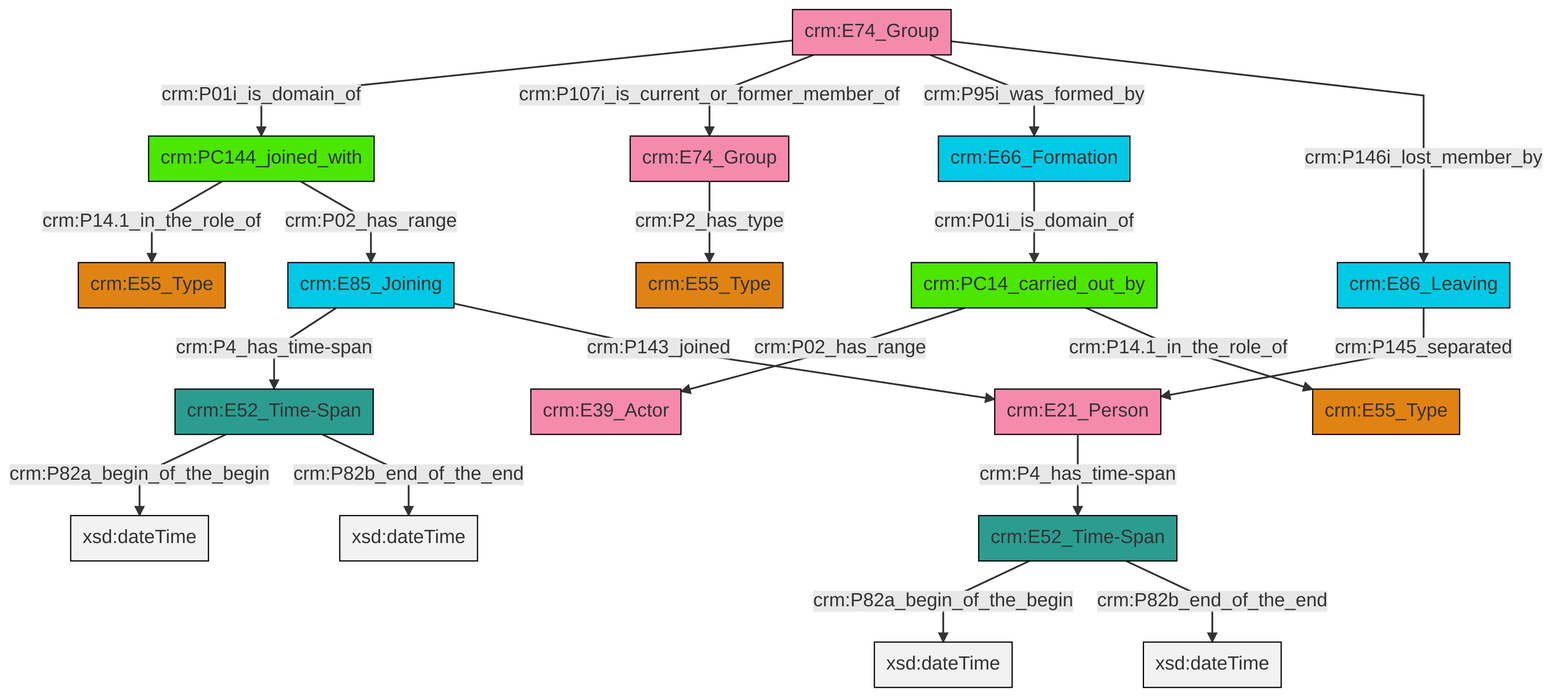
This is et/groupCSV/ttl/mmd/png/group_actor_relations.png from swiss-art-research-net/reference-data-models, a Mermaid export, as it was before one commit. Its source is kept beside it as et/groupCSV/ttl/mmd/group_actor_relations.ttl.mmd. Its diagram source:
```mermaid
graph TD
classDef Literal fill:#f2f2f2,stroke:#000000;
classDef CRM_Entity fill:#FFFFFF,stroke:#000000;
classDef Temporal_Entity fill:#00C9E6, stroke:#000000;
classDef Type fill:#E18312, stroke:#000000;
classDef Time-Span fill:#2C9C91, stroke:#000000;
classDef Appellation fill:#FFEB7F, stroke:#000000;
classDef Place fill:#008836, stroke:#000000;
classDef Persistent_Item fill:#B266B2, stroke:#000000;
classDef Conceptual_Object fill:#FFD700, stroke:#000000;
classDef Physical_Thing fill:#D2B48C, stroke:#000000;
classDef Actor fill:#f58aad, stroke:#000000;
classDef PC_Classes fill:#4ce600, stroke:#000000;
classDef Multi fill:#cccccc,stroke:#000000;

2["crm:E86_Leaving"]:::Temporal_Entity -->|crm:P145_separated| 3["crm:E21_Person"]:::Actor
4["crm:E74_Group"]:::Actor -->|crm:P2_has_type| 5["crm:E55_Type"]:::Type
6["crm:E85_Joining"]:::Temporal_Entity -->|crm:P4_has_time-span| 7["crm:E52_Time-Span"]:::Time-Span
7["crm:E52_Time-Span"]:::Time-Span -->|crm:P82a_begin_of_the_begin| 9[xsd:dateTime]:::Literal
10["crm:E74_Group"]:::Actor -->|crm:P01i_is_domain_of| 11["crm:PC144_joined_with"]:::PC_Classes
10["crm:E74_Group"]:::Actor -->|crm:P107i_is_current_or_former_member_of| 4["crm:E74_Group"]:::Actor
11["crm:PC144_joined_with"]:::PC_Classes -->|crm:P14.1_in_the_role_of| 14["crm:E55_Type"]:::Type
6["crm:E85_Joining"]:::Temporal_Entity -->|crm:P143_joined| 3["crm:E21_Person"]:::Actor
11["crm:PC144_joined_with"]:::PC_Classes -->|crm:P02_has_range| 6["crm:E85_Joining"]:::Temporal_Entity
7["crm:E52_Time-Span"]:::Time-Span -->|crm:P82b_end_of_the_end| 19[xsd:dateTime]:::Literal
22["crm:E66_Formation"]:::Temporal_Entity -->|crm:P01i_is_domain_of| 16["crm:PC14_carried_out_by"]:::PC_Classes
10["crm:E74_Group"]:::Actor -->|crm:P95i_was_formed_by| 22["crm:E66_Formation"]:::Temporal_Entity
3["crm:E21_Person"]:::Actor -->|crm:P4_has_time-span| 23["crm:E52_Time-Span"]:::Time-Span
16["crm:PC14_carried_out_by"]:::PC_Classes -->|crm:P02_has_range| 27["crm:E39_Actor"]:::Actor
23["crm:E52_Time-Span"]:::Time-Span -->|crm:P82a_begin_of_the_begin| 30[xsd:dateTime]:::Literal
23["crm:E52_Time-Span"]:::Time-Span -->|crm:P82b_end_of_the_end| 32[xsd:dateTime]:::Literal
10["crm:E74_Group"]:::Actor -->|crm:P146i_lost_member_by| 2["crm:E86_Leaving"]:::Temporal_Entity
16["crm:PC14_carried_out_by"]:::PC_Classes -->|crm:P14.1_in_the_role_of| 0["crm:E55_Type"]:::Type
```
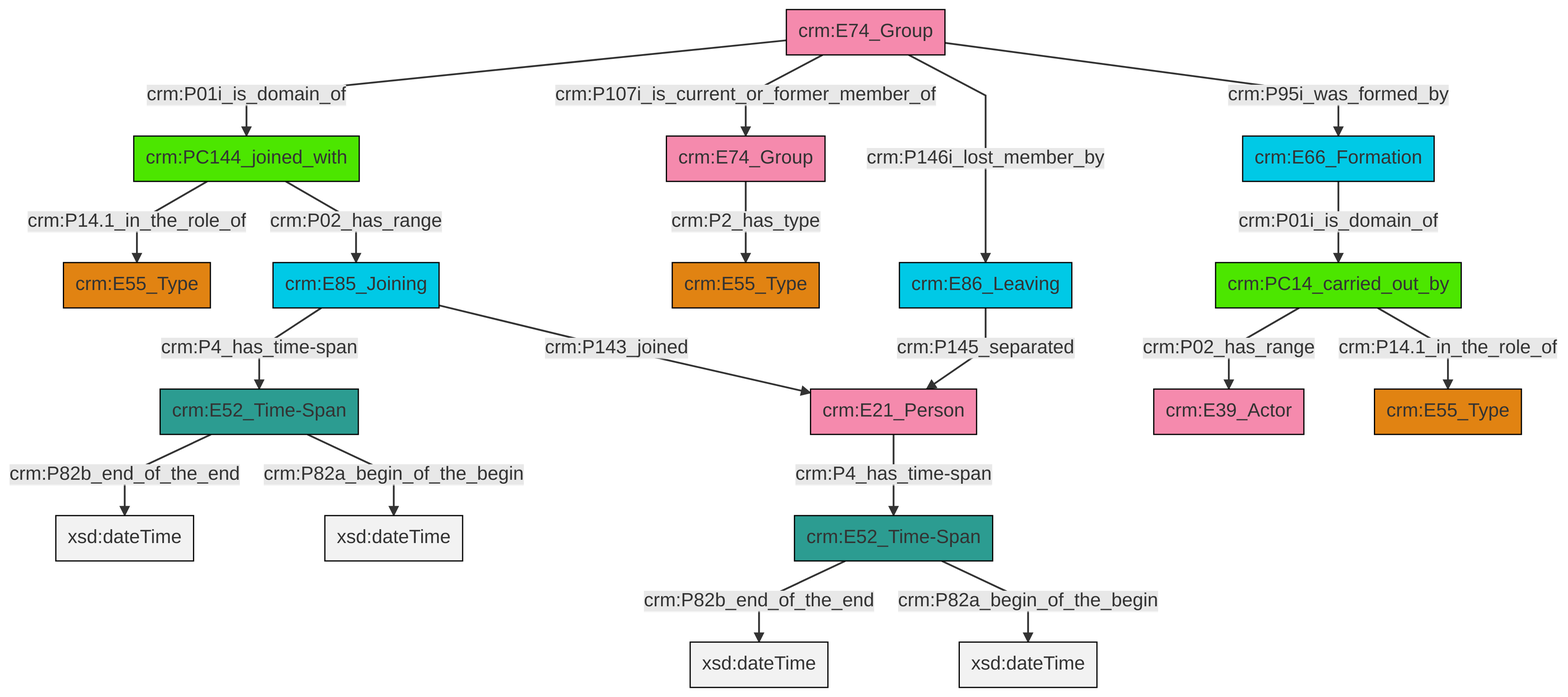
The same file after the commit.

What changed in the source:
```diff
@@ -13,21 +13,21 @@
 classDef PC_Classes fill:#4ce600, stroke:#000000;
 classDef Multi fill:#cccccc,stroke:#000000;
 
-2["crm:E86_Leaving"]:::Temporal_Entity -->|crm:P145_separated| 3["crm:E21_Person"]:::Actor
-4["crm:E74_Group"]:::Actor -->|crm:P2_has_type| 5["crm:E55_Type"]:::Type
-6["crm:E85_Joining"]:::Temporal_Entity -->|crm:P4_has_time-span| 7["crm:E52_Time-Span"]:::Time-Span
-7["crm:E52_Time-Span"]:::Time-Span -->|crm:P82a_begin_of_the_begin| 9[xsd:dateTime]:::Literal
-10["crm:E74_Group"]:::Actor -->|crm:P01i_is_domain_of| 11["crm:PC144_joined_with"]:::PC_Classes
-10["crm:E74_Group"]:::Actor -->|crm:P107i_is_current_or_former_member_of| 4["crm:E74_Group"]:::Actor
-11["crm:PC144_joined_with"]:::PC_Classes -->|crm:P14.1_in_the_role_of| 14["crm:E55_Type"]:::Type
-6["crm:E85_Joining"]:::Temporal_Entity -->|crm:P143_joined| 3["crm:E21_Person"]:::Actor
-11["crm:PC144_joined_with"]:::PC_Classes -->|crm:P02_has_range| 6["crm:E85_Joining"]:::Temporal_Entity
-7["crm:E52_Time-Span"]:::Time-Span -->|crm:P82b_end_of_the_end| 19[xsd:dateTime]:::Literal
-22["crm:E66_Formation"]:::Temporal_Entity -->|crm:P01i_is_domain_of| 16["crm:PC14_carried_out_by"]:::PC_Classes
-10["crm:E74_Group"]:::Actor -->|crm:P95i_was_formed_by| 22["crm:E66_Formation"]:::Temporal_Entity
-3["crm:E21_Person"]:::Actor -->|crm:P4_has_time-span| 23["crm:E52_Time-Span"]:::Time-Span
-16["crm:PC14_carried_out_by"]:::PC_Classes -->|crm:P02_has_range| 27["crm:E39_Actor"]:::Actor
-23["crm:E52_Time-Span"]:::Time-Span -->|crm:P82a_begin_of_the_begin| 30[xsd:dateTime]:::Literal
-23["crm:E52_Time-Span"]:::Time-Span -->|crm:P82b_end_of_the_end| 32[xsd:dateTime]:::Literal
-10["crm:E74_Group"]:::Actor -->|crm:P146i_lost_member_by| 2["crm:E86_Leaving"]:::Temporal_Entity
-16["crm:PC14_carried_out_by"]:::PC_Classes -->|crm:P14.1_in_the_role_of| 0["crm:E55_Type"]:::Type
+2["crm:E21_Person"]:::Actor -->|crm:P4_has_time-span| 4["crm:E52_Time-Span"]:::Time-Span
+5["crm:E74_Group"]:::Actor -->|crm:P01i_is_domain_of| 6["crm:PC144_joined_with"]:::PC_Classes
+9["crm:E85_Joining"]:::Temporal_Entity -->|crm:P4_has_time-span| 10["crm:E52_Time-Span"]:::Time-Span
+11["crm:PC14_carried_out_by"]:::PC_Classes -->|crm:P02_has_range| 12["crm:E39_Actor"]:::Actor
+10["crm:E52_Time-Span"]:::Time-Span -->|crm:P82b_end_of_the_end| 15[xsd:dateTime]:::Literal
+9["crm:E85_Joining"]:::Temporal_Entity -->|crm:P143_joined| 2["crm:E21_Person"]:::Actor
+18["crm:E74_Group"]:::Actor -->|crm:P2_has_type| 7["crm:E55_Type"]:::Type
+5["crm:E74_Group"]:::Actor -->|crm:P107i_is_current_or_former_member_of| 18["crm:E74_Group"]:::Actor
+6["crm:PC144_joined_with"]:::PC_Classes -->|crm:P14.1_in_the_role_of| 21["crm:E55_Type"]:::Type
+10["crm:E52_Time-Span"]:::Time-Span -->|crm:P82a_begin_of_the_begin| 26[xsd:dateTime]:::Literal
+5["crm:E74_Group"]:::Actor -->|crm:P146i_lost_member_by| 16["crm:E86_Leaving"]:::Temporal_Entity
+4["crm:E52_Time-Span"]:::Time-Span -->|crm:P82b_end_of_the_end| 29[xsd:dateTime]:::Literal
+11["crm:PC14_carried_out_by"]:::PC_Classes -->|crm:P14.1_in_the_role_of| 0["crm:E55_Type"]:::Type
+13["crm:E66_Formation"]:::Temporal_Entity -->|crm:P01i_is_domain_of| 11["crm:PC14_carried_out_by"]:::PC_Classes
+6["crm:PC144_joined_with"]:::PC_Classes -->|crm:P02_has_range| 9["crm:E85_Joining"]:::Temporal_Entity
+5["crm:E74_Group"]:::Actor -->|crm:P95i_was_formed_by| 13["crm:E66_Formation"]:::Temporal_Entity
+16["crm:E86_Leaving"]:::Temporal_Entity -->|crm:P145_separated| 2["crm:E21_Person"]:::Actor
+4["crm:E52_Time-Span"]:::Time-Span -->|crm:P82a_begin_of_the_begin| 33[xsd:dateTime]:::Literal
```
